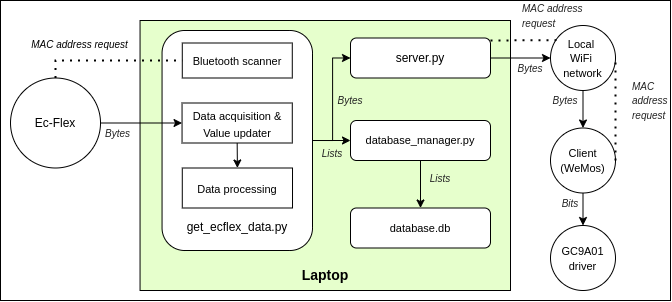
Above: images/deployment_diagram.png in DeVinci-Innovation-Center/Biosensor-to-smartwatch_wireless_communication (draw.io), before the change. Source tidied: cells renumbered, new cells last; positions are measured from the earlier drawing's top-left corner, leaving out a move shared by most shapes.
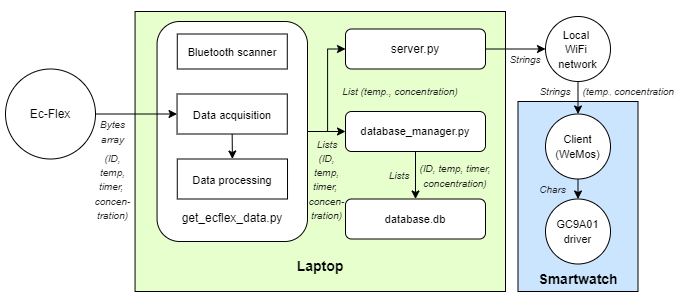
Later version of the same file.

Diff of the diagram source:
```diff
@@ -2,11 +2,11 @@
   <root>
     <mxCell id="0" />
     <mxCell id="1" parent="0" />
-    <mxCell id="2" style="rounded=0;whiteSpace=wrap;html=1;fontSize=11;" parent="1" vertex="1">
-      <mxGeometry width="670" height="300" as="geometry" />
+    <mxCell id="2" style="rounded=0;whiteSpace=wrap;html=1;fontSize=11;strokeWidth=0;" parent="1" vertex="1">
+      <mxGeometry y="2.5" width="680" height="317.5" as="geometry" />
     </mxCell>
     <mxCell id="3" style="rounded=0;whiteSpace=wrap;html=1;fillColor=#E6FFCC;" parent="1" vertex="1">
-      <mxGeometry x="139.6" y="20" width="370.4" height="270" as="geometry" />
+      <mxGeometry x="139.6" y="20" width="370.4" height="280" as="geometry" />
     </mxCell>
     <mxCell id="4" value="&lt;font style=&quot;font-size: 14px&quot;&gt;&lt;b&gt;Laptop&lt;/b&gt;&lt;/font&gt;" style="text;html=1;strokeColor=none;fillColor=none;align=center;verticalAlign=middle;whiteSpace=wrap;rounded=0;fontSize=12;" parent="1" vertex="1">
       <mxGeometry x="225.8" y="260" width="198" height="30" as="geometry" />
@@ -26,13 +26,8 @@
     <mxCell id="9" value="&lt;span style=&quot;font-size: 11px&quot;&gt;database_manager.py&lt;/span&gt;" style="rounded=1;whiteSpace=wrap;html=1;" parent="1" vertex="1">
       <mxGeometry x="350" y="120" width="140" height="40" as="geometry" />
     </mxCell>
-    <mxCell id="10" value="&lt;font style=&quot;font-size: 10px&quot;&gt;&lt;i&gt;MAC address request&lt;/i&gt;&lt;/font&gt;" style="edgeLabel;html=1;align=center;verticalAlign=middle;" parent="1" vertex="1">
-      <mxGeometry x="90" y="45" as="geometry">
-        <mxPoint x="-11" y="-1" as="offset" />
-      </mxGeometry>
-    </mxCell>
-    <mxCell id="11" value="&lt;font color=&quot;#222222&quot;&gt;&lt;span style=&quot;font-size: 10px&quot;&gt;&lt;i&gt;Bytes&lt;/i&gt;&lt;/span&gt;&lt;/font&gt;" style="text;html=1;strokeColor=none;fillColor=none;align=center;verticalAlign=middle;whiteSpace=wrap;rounded=0;" parent="1" vertex="1">
-      <mxGeometry x="100" y="122.5" width="35" height="20" as="geometry" />
+    <mxCell id="11" value="&lt;font color=&quot;#222222&quot;&gt;&lt;span style=&quot;font-size: 10px&quot;&gt;&lt;i&gt;Bytes&lt;br&gt;array&lt;br&gt;&lt;/i&gt;&lt;/span&gt;&lt;/font&gt;" style="text;html=1;strokeColor=none;fillColor=none;align=center;verticalAlign=middle;whiteSpace=wrap;rounded=0;" parent="1" vertex="1">
+      <mxGeometry x="100" y="130" width="35" height="20" as="geometry" />
     </mxCell>
     <mxCell id="12" value="&lt;font style=&quot;font-size: 11px&quot;&gt;Bluetooth scanner&lt;/font&gt;" style="rounded=0;whiteSpace=wrap;html=1;fontSize=14;fillColor=none;" parent="1" vertex="1">
       <mxGeometry x="181.8" y="42.5" width="110" height="35" as="geometry" />
@@ -40,7 +35,7 @@
     <mxCell id="13" style="edgeStyle=orthogonalEdgeStyle;rounded=0;jettySize=auto;html=1;exitX=0.5;exitY=1;exitDx=0;exitDy=0;entryX=0.5;entryY=0;entryDx=0;entryDy=0;fontSize=11;" parent="1" edge="1" source="14" target="18">
       <mxGeometry relative="1" as="geometry" />
     </mxCell>
-    <mxCell id="14" value="&lt;font style=&quot;font-size: 11px&quot;&gt;Data acquisition &amp;amp; Value updater&lt;/font&gt;" style="rounded=0;whiteSpace=wrap;html=1;fontSize=14;fillColor=none;" parent="1" vertex="1">
+    <mxCell id="14" value="&lt;span style=&quot;font-size: 11px&quot;&gt;Data acquisition&lt;/span&gt;" style="rounded=0;whiteSpace=wrap;html=1;fontSize=14;fillColor=none;" parent="1" vertex="1">
       <mxGeometry x="181.5" y="102.5" width="110.2" height="40" as="geometry" />
     </mxCell>
     <mxCell id="15" style="edgeStyle=orthogonalEdgeStyle;rounded=0;jettySize=auto;html=1;entryX=0;entryY=0.5;entryDx=0;entryDy=0;fontSize=10;" parent="1" edge="1" source="16" target="27">
@@ -49,71 +44,68 @@
     <mxCell id="16" value="&lt;span&gt;server.py&lt;/span&gt;" style="rounded=1;whiteSpace=wrap;html=1;" parent="1" vertex="1">
       <mxGeometry x="350" y="37.5" width="140" height="40" as="geometry" />
     </mxCell>
-    <mxCell id="17" style="endArrow=none;dashed=1;html=1;dashPattern=1 3;strokeWidth=2;rounded=0;entryX=0;entryY=0.5;entryDx=0;entryDy=0;exitX=0.5;exitY=0;exitDx=0;exitDy=0;" parent="1" edge="1" source="24" target="12">
-      <mxGeometry relative="1" as="geometry">
-        <Array as="points">
-          <mxPoint x="55" y="60" />
-        </Array>
-      </mxGeometry>
-    </mxCell>
     <mxCell id="18" value="&lt;font style=&quot;font-size: 11px&quot;&gt;Data processing&lt;/font&gt;" style="rounded=0;whiteSpace=wrap;html=1;fontSize=14;fillColor=none;" parent="1" vertex="1">
       <mxGeometry x="181.8" y="167.5" width="110.2" height="40" as="geometry" />
     </mxCell>
     <mxCell id="19" value="&lt;font color=&quot;#222222&quot;&gt;&lt;span style=&quot;font-size: 10px&quot;&gt;&lt;i&gt;Lists&lt;/i&gt;&lt;/span&gt;&lt;/font&gt;" style="text;html=1;strokeColor=none;fillColor=none;align=center;verticalAlign=middle;whiteSpace=wrap;rounded=0;" parent="1" vertex="1">
       <mxGeometry x="302" y="142.5" width="60" height="20" as="geometry" />
     </mxCell>
-    <mxCell id="20" value="&lt;font color=&quot;#222222&quot;&gt;&lt;span style=&quot;font-size: 10px&quot;&gt;&lt;i&gt;Lists&lt;/i&gt;&lt;/span&gt;&lt;/font&gt;" style="text;html=1;strokeColor=none;fillColor=none;align=center;verticalAlign=middle;whiteSpace=wrap;rounded=0;" parent="1" vertex="1">
-      <mxGeometry x="410" y="167.5" width="60" height="20" as="geometry" />
+    <mxCell id="20" value="&lt;i style=&quot;color: rgb(34 , 34 , 34) ; font-size: 10px&quot;&gt;(ID, temp, timer, concentration)&lt;/i&gt;" style="text;html=1;strokeColor=none;fillColor=none;align=center;verticalAlign=middle;whiteSpace=wrap;rounded=0;" parent="1" vertex="1">
+      <mxGeometry x="400" y="160" width="120" height="47.5" as="geometry" />
     </mxCell>
-    <mxCell id="21" style="edgeStyle=orthogonalEdgeStyle;rounded=0;jettySize=auto;html=1;exitX=0.5;exitY=1;exitDx=0;exitDy=0;entryX=0.5;entryY=0;entryDx=0;entryDy=0;" parent="1" edge="1" source="22" target="32">
-      <mxGeometry relative="1" as="geometry" />
-    </mxCell>
-    <mxCell id="22" value="&lt;font style=&quot;font-size: 11px&quot;&gt;Client&lt;br&gt;(WeMos)&lt;/font&gt;" style="ellipse;whiteSpace=wrap;html=1;fontSize=12;fillColor=none;" parent="1" vertex="1">
-      <mxGeometry x="550" y="127.5" width="65" height="65" as="geometry" />
-    </mxCell>
     <mxCell id="23" style="edgeStyle=orthogonalEdgeStyle;rounded=0;jettySize=auto;html=1;entryX=0;entryY=0.5;entryDx=0;entryDy=0;fontSize=12;" parent="1" edge="1" source="24" target="14">
       <mxGeometry relative="1" as="geometry" />
     </mxCell>
     <mxCell id="24" value="Ec-Flex" style="ellipse;whiteSpace=wrap;html=1;fontSize=12;fillColor=none;" parent="1" vertex="1">
       <mxGeometry x="10" y="77.5" width="90" height="90" as="geometry" />
     </mxCell>
-    <mxCell id="25" value="&lt;font color=&quot;#222222&quot;&gt;&lt;span style=&quot;font-size: 10px&quot;&gt;&lt;i&gt;Bytes&lt;/i&gt;&lt;/span&gt;&lt;/font&gt;" style="text;html=1;strokeColor=none;fillColor=none;align=center;verticalAlign=middle;whiteSpace=wrap;rounded=0;" parent="1" vertex="1">
+    <mxCell id="25" value="&lt;font color=&quot;#222222&quot;&gt;&lt;span style=&quot;font-size: 10px&quot;&gt;&lt;i&gt;Strings&lt;/i&gt;&lt;/span&gt;&lt;/font&gt;" style="text;html=1;strokeColor=none;fillColor=none;align=center;verticalAlign=middle;whiteSpace=wrap;rounded=0;" parent="1" vertex="1">
       <mxGeometry x="500" y="57.5" width="60" height="20" as="geometry" />
     </mxCell>
-    <mxCell id="26" style="edgeStyle=orthogonalEdgeStyle;rounded=0;jettySize=auto;html=1;exitX=0.5;exitY=1;exitDx=0;exitDy=0;entryX=0.5;entryY=0;entryDx=0;entryDy=0;fontSize=11;" parent="1" edge="1" source="27" target="22">
-      <mxGeometry relative="1" as="geometry" />
-    </mxCell>
     <mxCell id="27" value="&lt;font style=&quot;font-size: 11px&quot;&gt;Local &lt;br&gt;WiFi &lt;br&gt;network&lt;/font&gt;" style="ellipse;whiteSpace=wrap;html=1;fontSize=12;fillColor=none;" parent="1" vertex="1">
       <mxGeometry x="550" y="25" width="65" height="65" as="geometry" />
     </mxCell>
-    <mxCell id="28" value="&lt;font color=&quot;#222222&quot;&gt;&lt;span style=&quot;font-size: 10px&quot;&gt;&lt;i&gt;Bytes&lt;/i&gt;&lt;/span&gt;&lt;/font&gt;" style="text;html=1;strokeColor=none;fillColor=none;align=center;verticalAlign=middle;whiteSpace=wrap;rounded=0;" parent="1" vertex="1">
-      <mxGeometry x="540" y="90" width="50" height="20" as="geometry" />
-    </mxCell>
-    <mxCell id="29" value="&lt;font color=&quot;#222222&quot;&gt;&lt;span style=&quot;font-size: 10px&quot;&gt;&lt;i&gt;MAC address &lt;br&gt;request&lt;/i&gt;&lt;/span&gt;&lt;/font&gt;" style="text;html=1;strokeColor=none;fillColor=none;align=left;verticalAlign=middle;whiteSpace=wrap;rounded=0;" parent="1" vertex="1">
-      <mxGeometry x="520" y="5" width="80" height="20" as="geometry" />
-    </mxCell>
-    <mxCell id="30" style="endArrow=none;dashed=1;html=1;dashPattern=1 3;strokeWidth=2;rounded=0;exitX=1;exitY=0.5;exitDx=0;exitDy=0;entryX=1;entryY=0.5;entryDx=0;entryDy=0;" parent="1" edge="1" source="22" target="27">
-      <mxGeometry relative="1" as="geometry" />
-    </mxCell>
-    <mxCell id="31" value="&lt;font color=&quot;#222222&quot;&gt;&lt;span style=&quot;font-size: 10px&quot;&gt;&lt;i&gt;MAC &lt;br&gt;address &lt;br&gt;request&lt;/i&gt;&lt;/span&gt;&lt;/font&gt;" style="text;html=1;strokeColor=none;fillColor=none;align=left;verticalAlign=middle;whiteSpace=wrap;rounded=0;" parent="1" vertex="1">
-      <mxGeometry x="630" y="75" width="40" height="50" as="geometry" />
-    </mxCell>
+    <mxCell id="37" style="rounded=0;whiteSpace=wrap;html=1;fillColor=#CCE5FF;" parent="1" vertex="1">
+      <mxGeometry x="522.5" y="110" width="120" height="190" as="geometry" />
+    </mxCell>
     <mxCell id="32" value="&lt;font style=&quot;font-size: 11px&quot;&gt;GC9A01&lt;br&gt;driver&lt;/font&gt;" style="ellipse;whiteSpace=wrap;html=1;" parent="1" vertex="1">
-      <mxGeometry x="550" y="225" width="65" height="65" as="geometry" />
+      <mxGeometry x="550" y="207.5" width="65" height="65" as="geometry" />
     </mxCell>
-    <mxCell id="33" value="&lt;font color=&quot;#222222&quot;&gt;&lt;span style=&quot;font-size: 10px&quot;&gt;&lt;i&gt;Bits&lt;/i&gt;&lt;/span&gt;&lt;/font&gt;" style="text;html=1;strokeColor=none;fillColor=none;align=center;verticalAlign=middle;whiteSpace=wrap;rounded=0;" parent="1" vertex="1">
-      <mxGeometry x="540" y="192.5" width="60" height="20" as="geometry" />
-    </mxCell>
     <mxCell id="34" value="&lt;span style=&quot;font-size: 11px&quot;&gt;database.db&lt;/span&gt;" style="rounded=1;whiteSpace=wrap;html=1;" parent="1" vertex="1">
       <mxGeometry x="350" y="207.5" width="140" height="40" as="geometry" />
     </mxCell>
-    <mxCell id="35" value="&lt;font color=&quot;#222222&quot;&gt;&lt;span style=&quot;font-size: 10px&quot;&gt;&lt;i&gt;Bytes&lt;/i&gt;&lt;/span&gt;&lt;/font&gt;" style="text;html=1;strokeColor=none;fillColor=none;align=center;verticalAlign=middle;whiteSpace=wrap;rounded=0;" parent="1" vertex="1">
-      <mxGeometry x="320" y="90" width="60" height="20" as="geometry" />
+    <mxCell id="35" value="&lt;font color=&quot;#222222&quot;&gt;&lt;span style=&quot;font-size: 10px&quot;&gt;&lt;i&gt;List (temp., concentration)&lt;/i&gt;&lt;/span&gt;&lt;/font&gt;" style="text;html=1;strokeColor=none;fillColor=none;align=center;verticalAlign=middle;whiteSpace=wrap;rounded=0;" parent="1" vertex="1">
+      <mxGeometry x="320" y="90" width="170" height="20" as="geometry" />
     </mxCell>
-    <mxCell id="36" style="endArrow=none;dashed=1;html=1;dashPattern=1 3;strokeWidth=2;rounded=0;fontSize=11;entryX=0.096;entryY=0.225;entryDx=0;entryDy=0;entryPerimeter=0;" parent="1" edge="1" target="27">
-      <mxGeometry relative="1" as="geometry">
-        <mxPoint x="490" y="40" as="sourcePoint" />
-      </mxGeometry>
-    </mxCell>
+    <mxCell id="21" style="edgeStyle=orthogonalEdgeStyle;rounded=0;jettySize=auto;html=1;exitX=0.5;exitY=1;exitDx=0;exitDy=0;entryX=0.5;entryY=0;entryDx=0;entryDy=0;" parent="1" edge="1" source="22" target="32">
+      <mxGeometry relative="1" as="geometry" />
+    </mxCell>
+    <mxCell id="22" value="&lt;font style=&quot;font-size: 11px&quot;&gt;Client&lt;br&gt;(WeMos)&lt;/font&gt;" style="ellipse;whiteSpace=wrap;html=1;fontSize=12;fillColor=#FFFFFF;" parent="1" vertex="1">
+      <mxGeometry x="550" y="122.5" width="65" height="65" as="geometry" />
+    </mxCell>
+    <mxCell id="26" style="edgeStyle=orthogonalEdgeStyle;rounded=0;jettySize=auto;html=1;exitX=0.5;exitY=1;exitDx=0;exitDy=0;entryX=0.5;entryY=0;entryDx=0;entryDy=0;fontSize=11;" parent="1" edge="1" source="27" target="22">
+      <mxGeometry relative="1" as="geometry" />
+    </mxCell>
+    <mxCell id="28" value="&lt;font color=&quot;#222222&quot;&gt;&lt;span style=&quot;font-size: 10px&quot;&gt;&lt;i&gt;Strings&lt;/i&gt;&lt;/span&gt;&lt;/font&gt;" style="text;html=1;strokeColor=none;fillColor=none;align=center;verticalAlign=middle;whiteSpace=wrap;rounded=0;" parent="1" vertex="1">
+      <mxGeometry x="530" y="90" width="60" height="20" as="geometry" />
+    </mxCell>
+    <mxCell id="33" value="&lt;font color=&quot;#222222&quot;&gt;&lt;span style=&quot;font-size: 10px&quot;&gt;&lt;i&gt;Chars&lt;/i&gt;&lt;/span&gt;&lt;/font&gt;" style="text;html=1;strokeColor=none;fillColor=none;align=center;verticalAlign=middle;whiteSpace=wrap;rounded=0;" parent="1" vertex="1">
+      <mxGeometry x="520" y="187.5" width="75" height="20" as="geometry" />
+    </mxCell>
+    <mxCell id="38" value="&lt;font style=&quot;font-size: 14px&quot;&gt;&lt;b&gt;Smartwatch&lt;/b&gt;&lt;/font&gt;" style="text;html=1;strokeColor=none;fillColor=none;align=center;verticalAlign=middle;whiteSpace=wrap;rounded=0;fontSize=12;" parent="1" vertex="1">
+      <mxGeometry x="522.5" y="272.5" width="120" height="30" as="geometry" />
+    </mxCell>
+    <mxCell id="39" value="&lt;font color=&quot;#222222&quot;&gt;&lt;span style=&quot;font-size: 10px&quot;&gt;&lt;i&gt;Lists&lt;/i&gt;&lt;/span&gt;&lt;/font&gt;" style="text;html=1;strokeColor=none;fillColor=none;align=center;verticalAlign=middle;whiteSpace=wrap;rounded=0;" parent="1" vertex="1">
+      <mxGeometry x="374" y="173.8" width="60" height="20" as="geometry" />
+    </mxCell>
+    <mxCell id="40" value="&lt;i style=&quot;color: rgb(34 , 34 , 34) ; font-size: 10px&quot;&gt;(ID,&lt;br&gt;temp,&lt;br&gt;timer, &lt;br&gt;concen-&lt;br&gt;tration)&lt;/i&gt;" style="text;html=1;strokeColor=none;fillColor=none;align=center;verticalAlign=middle;whiteSpace=wrap;rounded=0;" parent="1" vertex="1">
+      <mxGeometry x="68.8" y="160" width="97.5" height="70" as="geometry" />
+    </mxCell>
+    <mxCell id="41" value="&lt;font color=&quot;#222222&quot;&gt;&lt;i&gt;&lt;span style=&quot;font-size: 10px&quot;&gt;(temp&lt;/span&gt;&lt;font style=&quot;font-size: 6px&quot;&gt;.,&lt;/font&gt;&lt;span style=&quot;font-size: 10px&quot;&gt; concentration)&lt;/span&gt;&lt;/i&gt;&lt;/font&gt;" style="text;html=1;strokeColor=none;fillColor=none;align=center;verticalAlign=middle;whiteSpace=wrap;rounded=0;" parent="1" vertex="1">
+      <mxGeometry x="550" y="90" width="170" height="20" as="geometry" />
+    </mxCell>
+    <mxCell id="42" value="&lt;i style=&quot;color: rgb(34 , 34 , 34) ; font-size: 10px&quot;&gt;(ID,&lt;br&gt;temp,&lt;br&gt;timer, &lt;br&gt;concen-&lt;br&gt;tration)&lt;/i&gt;" style="text;html=1;strokeColor=none;fillColor=none;align=center;verticalAlign=middle;whiteSpace=wrap;rounded=0;" parent="1" vertex="1">
+      <mxGeometry x="283.3" y="160" width="97.5" height="70" as="geometry" />
+    </mxCell>
   </root>
 </mxGraphModel>
```
